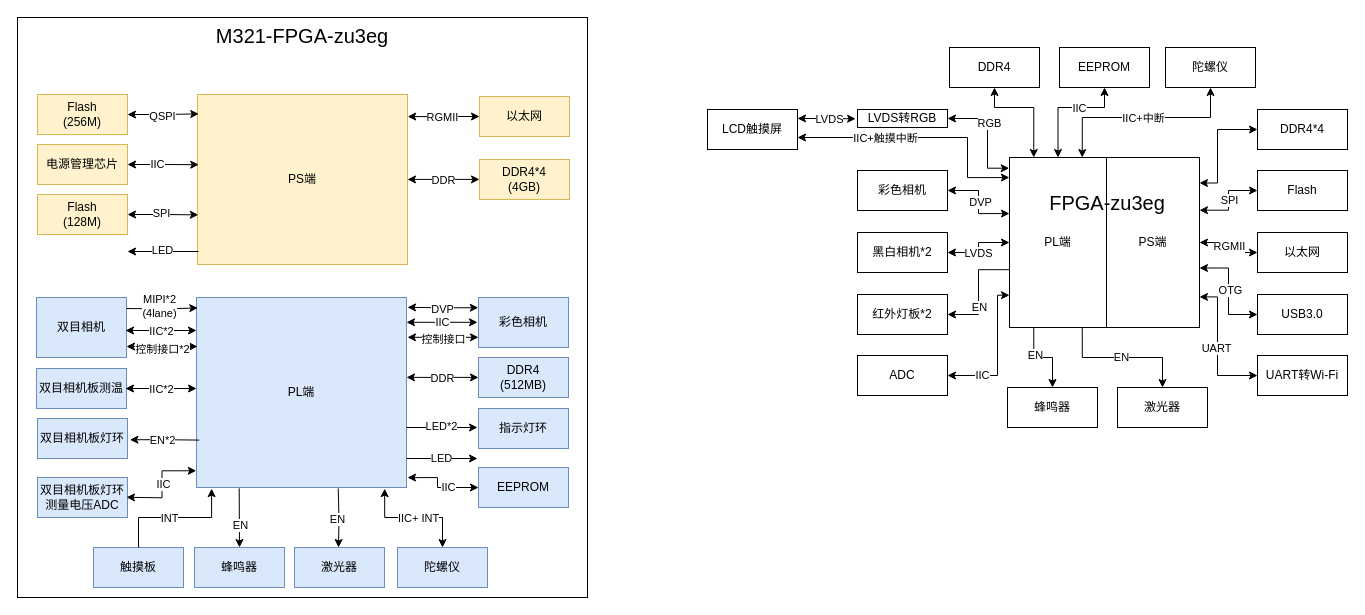
Earlier version of the draw.io diagram page "ame-光学定位仪" (7 of 7) of 框图.drawio (hjh0920/flow_chart). Source tidied: cells renumbered, new cells numbered last; positions are measured from the earlier drawing's top-left corner, leaving out a move shared by most shapes. Both pictures are drawn from the tidied source at 100%, with x=0, y=0 at pixel (17, 17).
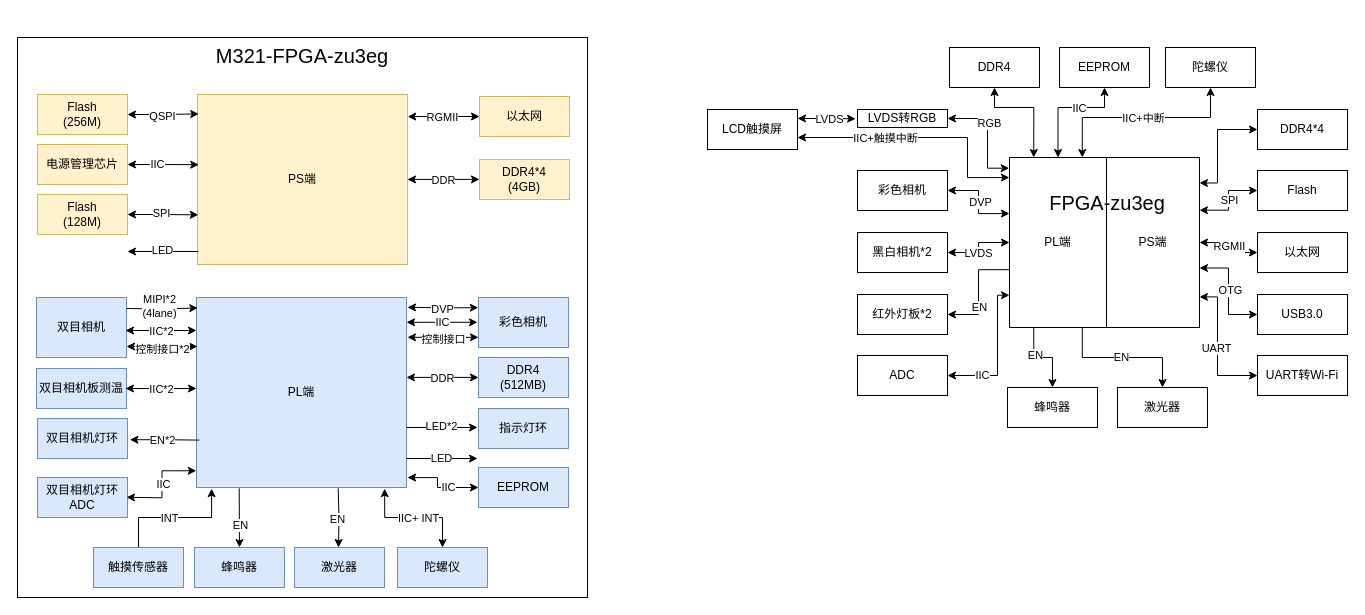
The same page after the edit.

Change to the diagram source:
```diff
@@
     <mxCell id="2" value="&lt;span style=&quot;font-size: 20px;&quot;&gt;M321-FPGA-&lt;/span&gt;&lt;span style=&quot;color: light-dark(rgb(0, 0, 0), rgb(255, 255, 255)); font-size: 20px; background-color: transparent;&quot;&gt;zu3eg&lt;/span&gt;" style="rounded=0;whiteSpace=wrap;html=1;verticalAlign=top;" parent="1" vertex="1">
-      <mxGeometry width="570" height="580" as="geometry" />
+      <mxGeometry y="20" width="570" height="560" as="geometry" />
     </mxCell>
@@
-    <mxCell id="94" value="触摸板" style="rounded=0;whiteSpace=wrap;html=1;fillColor=#dae8fc;strokeColor=#6c8ebf;" parent="1" vertex="1">
+    <mxCell id="94" value="触摸传感器" style="rounded=0;whiteSpace=wrap;html=1;fillColor=#dae8fc;strokeColor=#6c8ebf;" parent="1" vertex="1">
       <mxGeometry x="76" y="530" width="90" height="40" as="geometry" />
     </mxCell>
@@
-    <mxCell id="103" value="双目相机板灯环" style="rounded=0;whiteSpace=wrap;html=1;fillColor=#dae8fc;strokeColor=#6c8ebf;" parent="1" vertex="1">
+    <mxCell id="103" value="双目相机灯环" style="rounded=0;whiteSpace=wrap;html=1;fillColor=#dae8fc;strokeColor=#6c8ebf;" parent="1" vertex="1">
       <mxGeometry x="20" y="401" width="90" height="40" as="geometry" />
     </mxCell>
@@
-    <mxCell id="106" value="双目相机板灯环测量电压ADC" style="rounded=0;whiteSpace=wrap;html=1;fillColor=#dae8fc;strokeColor=#6c8ebf;" parent="1" vertex="1">
+    <mxCell id="106" value="双目相机灯环ADC" style="rounded=0;whiteSpace=wrap;html=1;fillColor=#dae8fc;strokeColor=#6c8ebf;" parent="1" vertex="1">
       <mxGeometry x="20" y="460" width="90" height="40" as="geometry" />
     </mxCell>
```
